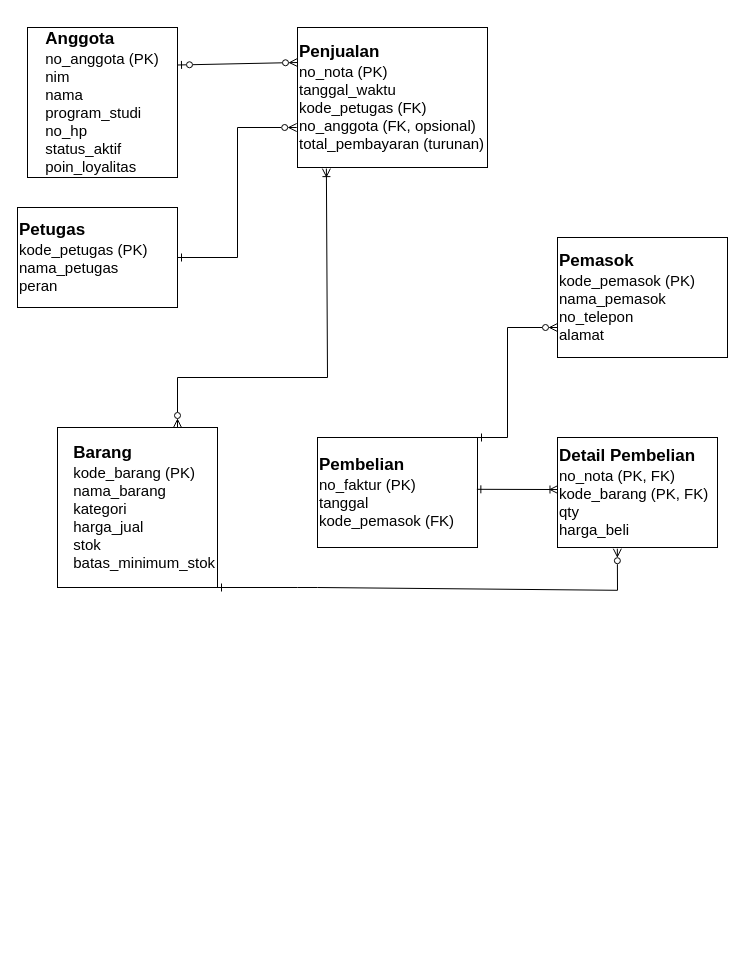
Earlier version of the draw.io diagram page "ERD MODIFIKASI" (2 of 3) of p03_erd_25430073.drawio (auliaindahagustina/basisdata-25430073). Source tidied: cells renumbered, new cells numbered last; positions are measured from the earlier drawing's top-left corner, leaving out a move shared by most shapes. Both pictures are drawn from the tidied source at 100%, with x=0, y=0 at pixel (17, 27).
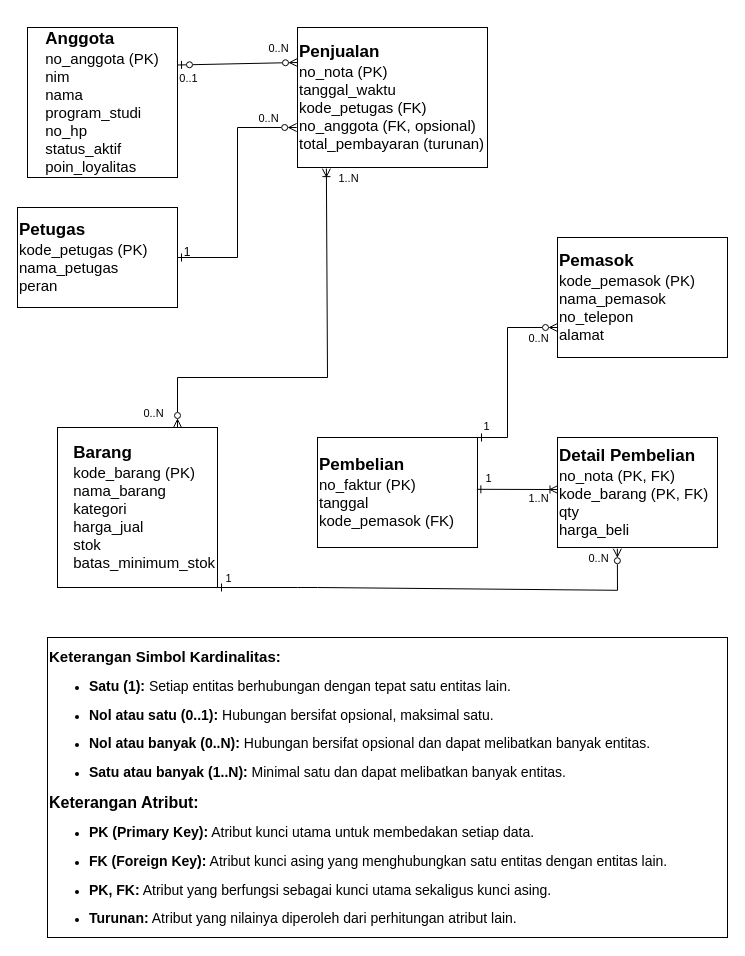
The same diagram, later.

Diff of the diagram source:
```diff
@@
+    <mxCell id="15" value="&lt;p&gt;&lt;strong style=&quot;background-color: transparent; color: light-dark(rgb(0, 0, 0), rgb(255, 255, 255));&quot;&gt;&lt;font style=&quot;font-size: 15px;&quot;&gt;Keterangan Simbol Kardinalitas:&lt;/font&gt;&lt;/strong&gt;&lt;/p&gt;&lt;ul&gt;&lt;li&gt;&lt;p&gt;&lt;font style=&quot;font-size: 14px;&quot;&gt;&lt;strong&gt;Satu (1):&lt;/strong&gt; Setiap entitas berhubungan dengan tepat satu entitas lain.&lt;/font&gt;&lt;/p&gt;&lt;/li&gt;&lt;li&gt;&lt;p&gt;&lt;font style=&quot;font-size: 14px;&quot;&gt;&lt;strong&gt;Nol atau satu (0..1):&lt;/strong&gt; Hubungan bersifat opsional, maksimal satu.&lt;/font&gt;&lt;/p&gt;&lt;/li&gt;&lt;li&gt;&lt;p&gt;&lt;font style=&quot;font-size: 14px;&quot;&gt;&lt;strong&gt;Nol atau banyak (0..N):&lt;/strong&gt; Hubungan bersifat opsional dan dapat melibatkan banyak entitas.&lt;/font&gt;&lt;/p&gt;&lt;/li&gt;&lt;li&gt;&lt;p&gt;&lt;font style=&quot;font-size: 14px;&quot;&gt;&lt;strong&gt;Satu atau banyak (1..N):&lt;/strong&gt; Minimal satu dan dapat melibatkan banyak entitas.&lt;/font&gt;&lt;/p&gt;&lt;/li&gt;&lt;/ul&gt;&lt;p&gt;&lt;strong&gt;&lt;font style=&quot;font-size: 16px;&quot;&gt;Keterangan Atribut:&lt;/font&gt;&lt;/strong&gt;&lt;/p&gt;&lt;ul&gt;&lt;li&gt;&lt;p&gt;&lt;font style=&quot;font-size: 14px;&quot;&gt;&lt;strong&gt;PK (Primary Key):&lt;/strong&gt; Atribut kunci utama untuk membedakan setiap data.&lt;/font&gt;&lt;/p&gt;&lt;/li&gt;&lt;li&gt;&lt;p&gt;&lt;font style=&quot;font-size: 14px;&quot;&gt;&lt;strong&gt;FK (Foreign Key):&lt;/strong&gt; Atribut kunci asing yang menghubungkan satu entitas dengan entitas lain.&lt;/font&gt;&lt;/p&gt;&lt;/li&gt;&lt;li&gt;&lt;p&gt;&lt;font style=&quot;font-size: 14px;&quot;&gt;&lt;strong&gt;PK, FK:&lt;/strong&gt; Atribut yang berfungsi sebagai kunci utama sekaligus kunci asing.&lt;/font&gt;&lt;/p&gt;&lt;/li&gt;&lt;li&gt;&lt;p&gt;&lt;font style=&quot;font-size: 14px;&quot;&gt;&lt;strong style=&quot;&quot;&gt;Turunan:&lt;/strong&gt; Atribut yang nilainya diperoleh dari perhitungan atribut lain.&lt;/font&gt;&lt;/p&gt;&lt;/li&gt;&lt;/ul&gt;" style="rounded=0;whiteSpace=wrap;html=1;align=left;" parent="1" vertex="1">
+      <mxGeometry x="30" y="610" width="680" height="300" as="geometry" />
+    </mxCell>
+    <mxCell id="16" value="1" style="edgeLabel;html=1;align=center;verticalAlign=middle;" parent="1" vertex="1">
+      <mxGeometry x="210" y="550" as="geometry" />
+    </mxCell>
+    <mxCell id="17" value="0..N" style="edgeLabel;html=1;align=center;verticalAlign=middle;" parent="1" vertex="1">
+      <mxGeometry x="580" y="530" as="geometry" />
+    </mxCell>
+    <mxCell id="18" value="1" style="edgeLabel;html=1;align=center;verticalAlign=middle;" parent="1" vertex="1">
+      <mxGeometry x="470" y="450" as="geometry" />
+    </mxCell>
+    <mxCell id="19" value="1..N" style="edgeLabel;html=1;align=center;verticalAlign=middle;" parent="1" vertex="1">
+      <mxGeometry x="520" y="470" as="geometry" />
+    </mxCell>
+    <mxCell id="20" value="0..N" style="edgeLabel;html=1;align=center;verticalAlign=middle;" parent="1" vertex="1">
+      <mxGeometry x="520" y="310" as="geometry" />
+    </mxCell>
+    <mxCell id="21" value="1" style="edgeLabel;html=1;align=center;verticalAlign=middle;" parent="1" vertex="1">
+      <mxGeometry x="430" y="520" as="geometry">
+        <mxPoint x="38" y="-122" as="offset" />
+      </mxGeometry>
+    </mxCell>
+    <mxCell id="22" value="1" style="text;html=1;whiteSpace=wrap;strokeColor=none;fillColor=none;align=center;verticalAlign=middle;rounded=0;" parent="1" vertex="1">
+      <mxGeometry x="160" y="220" width="20" height="10" as="geometry" />
+    </mxCell>
+    <mxCell id="23" value="0..N" style="edgeLabel;html=1;align=center;verticalAlign=middle;" parent="1" vertex="1">
+      <mxGeometry x="250" y="90" as="geometry" />
+    </mxCell>
+    <mxCell id="24" value="0..N" style="edgeLabel;html=1;align=center;verticalAlign=middle;" parent="1" vertex="1">
+      <mxGeometry x="260" y="20" as="geometry" />
+    </mxCell>
+    <mxCell id="25" value="0..1" style="edgeLabel;html=1;align=center;verticalAlign=middle;" parent="1" vertex="1">
+      <mxGeometry x="170" y="50" as="geometry" />
+    </mxCell>
+    <mxCell id="26" value="1..N" style="edgeLabel;html=1;align=center;verticalAlign=middle;" parent="1" vertex="1">
+      <mxGeometry x="330" y="150" as="geometry" />
+    </mxCell>
+    <mxCell id="27" value="0..N" style="edgeLabel;html=1;align=center;verticalAlign=middle;" parent="1" vertex="1">
+      <mxGeometry x="340" y="160" as="geometry">
+        <mxPoint x="-205" y="225" as="offset" />
+      </mxGeometry>
+    </mxCell>
```
